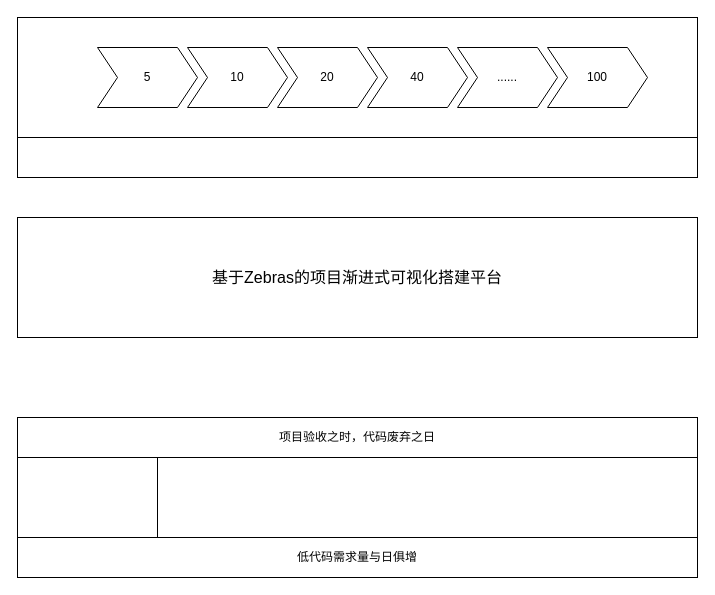
tangyaosimida/love keeps this draw.io diagram as 低代码—目标.drawio. Above is the earlier version. Source tidied: cells renumbered, new cells numbered last; positions are measured from the earlier drawing's top-left corner, leaving out a move shared by most shapes. Both pictures are drawn from the tidied source at 100%, with x=0, y=0 at pixel (17, 17).
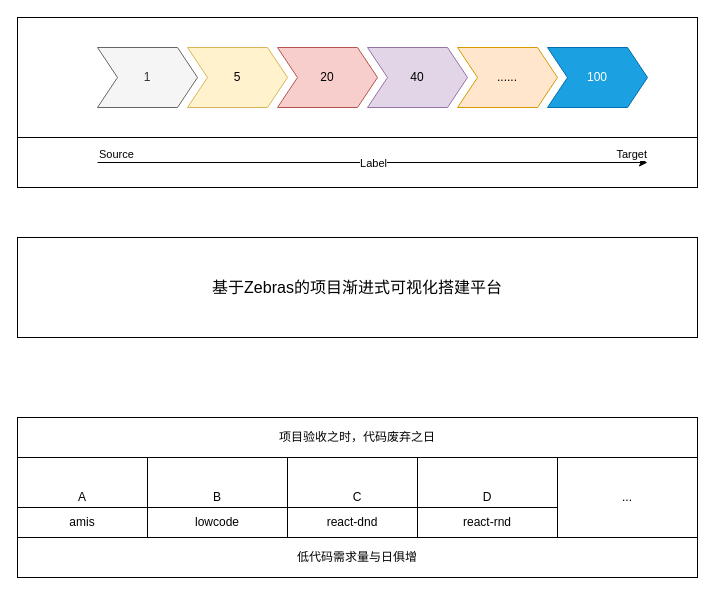
After the change.

Commit message (it also covers changes not shown here):
更新低代码—目标.drawio

Change to the diagram source:
```diff
@@
     <mxCell id="3" value="&lt;font style=&quot;font-size: 16px;&quot;&gt;基于Zebras的项目渐进式可视化搭建平台&lt;/font&gt;" style="rounded=0;whiteSpace=wrap;html=1;" parent="1" vertex="1">
-      <mxGeometry y="200" width="680" height="120" as="geometry" />
+      <mxGeometry y="220" width="680" height="100" as="geometry" />
     </mxCell>
@@
-    <mxCell id="5" value="5" style="shape=step;perimeter=stepPerimeter;whiteSpace=wrap;html=1;fixedSize=1;" parent="1" vertex="1">
+    <mxCell id="5" value="1" style="shape=step;perimeter=stepPerimeter;whiteSpace=wrap;html=1;fixedSize=1;fillColor=#f5f5f5;fontColor=#333333;strokeColor=#666666;" parent="1" vertex="1">
       <mxGeometry x="80" y="30" width="100" height="60" as="geometry" />
     </mxCell>
-    <mxCell id="6" value="10" style="shape=step;perimeter=stepPerimeter;whiteSpace=wrap;html=1;fixedSize=1;" parent="1" vertex="1">
+    <mxCell id="6" value="5" style="shape=step;perimeter=stepPerimeter;whiteSpace=wrap;html=1;fixedSize=1;fillColor=#fff2cc;strokeColor=#d6b656;" parent="1" vertex="1">
       <mxGeometry x="170" y="30" width="100" height="60" as="geometry" />
     </mxCell>
-    <mxCell id="7" value="20" style="shape=step;perimeter=stepPerimeter;whiteSpace=wrap;html=1;fixedSize=1;" parent="1" vertex="1">
+    <mxCell id="7" value="20" style="shape=step;perimeter=stepPerimeter;whiteSpace=wrap;html=1;fixedSize=1;fillColor=#f8cecc;strokeColor=#b85450;" parent="1" vertex="1">
       <mxGeometry x="260" y="30" width="100" height="60" as="geometry" />
     </mxCell>
-    <mxCell id="8" value="40" style="shape=step;perimeter=stepPerimeter;whiteSpace=wrap;html=1;fixedSize=1;" parent="1" vertex="1">
+    <mxCell id="8" value="40" style="shape=step;perimeter=stepPerimeter;whiteSpace=wrap;html=1;fixedSize=1;fillColor=#e1d5e7;strokeColor=#9673a6;" parent="1" vertex="1">
       <mxGeometry x="350" y="30" width="100" height="60" as="geometry" />
     </mxCell>
-    <mxCell id="9" value="......" style="shape=step;perimeter=stepPerimeter;whiteSpace=wrap;html=1;fixedSize=1;" parent="1" vertex="1">
+    <mxCell id="9" value="......" style="shape=step;perimeter=stepPerimeter;whiteSpace=wrap;html=1;fixedSize=1;fillColor=#ffe6cc;strokeColor=#d79b00;" parent="1" vertex="1">
       <mxGeometry x="440" y="30" width="100" height="60" as="geometry" />
     </mxCell>
-    <mxCell id="10" value="100" style="shape=step;perimeter=stepPerimeter;whiteSpace=wrap;html=1;fixedSize=1;" parent="1" vertex="1">
+    <mxCell id="10" value="100" style="shape=step;perimeter=stepPerimeter;whiteSpace=wrap;html=1;fixedSize=1;fillColor=#1ba1e2;strokeColor=#006EAF;fontColor=#ffffff;" parent="1" vertex="1">
       <mxGeometry x="530" y="30" width="100" height="60" as="geometry" />
     </mxCell>
     <mxCell id="11" style="rounded=0;whiteSpace=wrap;html=1;" parent="1" vertex="1">
-      <mxGeometry y="120" width="680" height="40" as="geometry" />
+      <mxGeometry y="120" width="680" height="50" as="geometry" />
     </mxCell>
@@
-    <mxCell id="14" style="rounded=0;whiteSpace=wrap;html=1;" parent="1" vertex="1">
-      <mxGeometry y="440" width="140" height="80" as="geometry" />
+    <mxCell id="14" value="A" style="rounded=0;whiteSpace=wrap;html=1;" parent="1" vertex="1">
+      <mxGeometry y="440" width="130" height="80" as="geometry" />
     </mxCell>
+    <mxCell id="15" value="B" style="rounded=0;whiteSpace=wrap;html=1;" parent="1" vertex="1">
+      <mxGeometry x="130" y="440" width="140" height="80" as="geometry" />
+    </mxCell>
+    <mxCell id="16" value="C" style="rounded=0;whiteSpace=wrap;html=1;" parent="1" vertex="1">
+      <mxGeometry x="270" y="440" width="140" height="80" as="geometry" />
+    </mxCell>
+    <mxCell id="17" value="D" style="rounded=0;whiteSpace=wrap;html=1;" parent="1" vertex="1">
+      <mxGeometry x="400" y="440" width="140" height="80" as="geometry" />
+    </mxCell>
+    <mxCell id="18" value="..." style="rounded=0;whiteSpace=wrap;html=1;" parent="1" vertex="1">
+      <mxGeometry x="540" y="440" width="140" height="80" as="geometry" />
+    </mxCell>
+    <mxCell id="19" value="amis" style="rounded=0;whiteSpace=wrap;html=1;" parent="1" vertex="1">
+      <mxGeometry y="490" width="130" height="30" as="geometry" />
+    </mxCell>
+    <mxCell id="20" value="lowcode" style="rounded=0;whiteSpace=wrap;html=1;" parent="1" vertex="1">
+      <mxGeometry x="130" y="490" width="140" height="30" as="geometry" />
+    </mxCell>
+    <mxCell id="21" value="react-dnd" style="rounded=0;whiteSpace=wrap;html=1;" parent="1" vertex="1">
+      <mxGeometry x="270" y="490" width="130" height="30" as="geometry" />
+    </mxCell>
+    <mxCell id="22" value="react-rnd" style="rounded=0;whiteSpace=wrap;html=1;" parent="1" vertex="1">
+      <mxGeometry x="400" y="490" width="140" height="30" as="geometry" />
+    </mxCell>
+    <mxCell id="23" style="endArrow=classic;html=1;rounded=0;" parent="1" edge="1">
+      <mxGeometry relative="1" as="geometry">
+        <mxPoint x="80" y="145" as="sourcePoint" />
+        <mxPoint x="630" y="145" as="targetPoint" />
+      </mxGeometry>
+    </mxCell>
+    <mxCell id="24" value="Label" style="edgeLabel;html=1;align=center;verticalAlign=middle;" parent="23" vertex="1">
+      <mxGeometry relative="1" as="geometry" />
+    </mxCell>
+    <mxCell id="25" value="Source" style="edgeLabel;html=1;align=left;verticalAlign=bottom;" parent="23" vertex="1">
+      <mxGeometry x="-1" relative="1" as="geometry" />
+    </mxCell>
+    <mxCell id="26" value="Target" style="edgeLabel;html=1;align=right;verticalAlign=bottom;" parent="23" vertex="1">
+      <mxGeometry x="1" relative="1" as="geometry" />
+    </mxCell>
```
